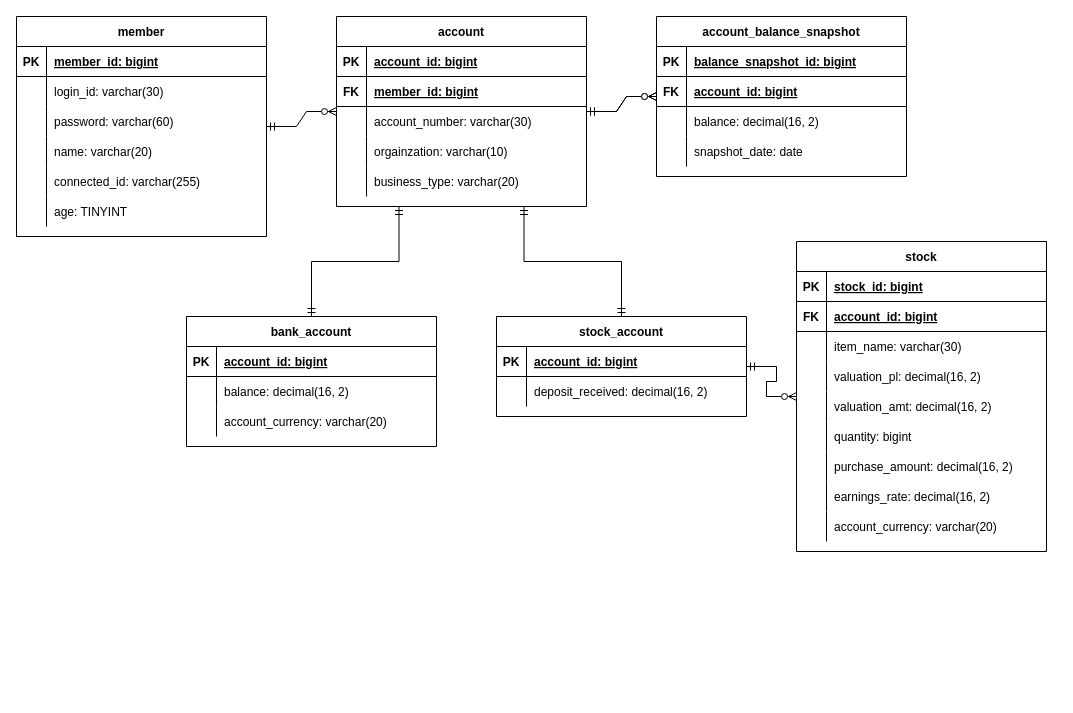
Above: ER다이어그램(자산관리앱).drawio in GunwooJo/AssetManagement (draw.io), before the change. Source tidied: cells renumbered, new cells numbered last; positions are measured from the earlier drawing's top-left corner, leaving out a move shared by most shapes. Both pictures are drawn from the tidied source at 100%, with x=0, y=0 at pixel (16, 16).
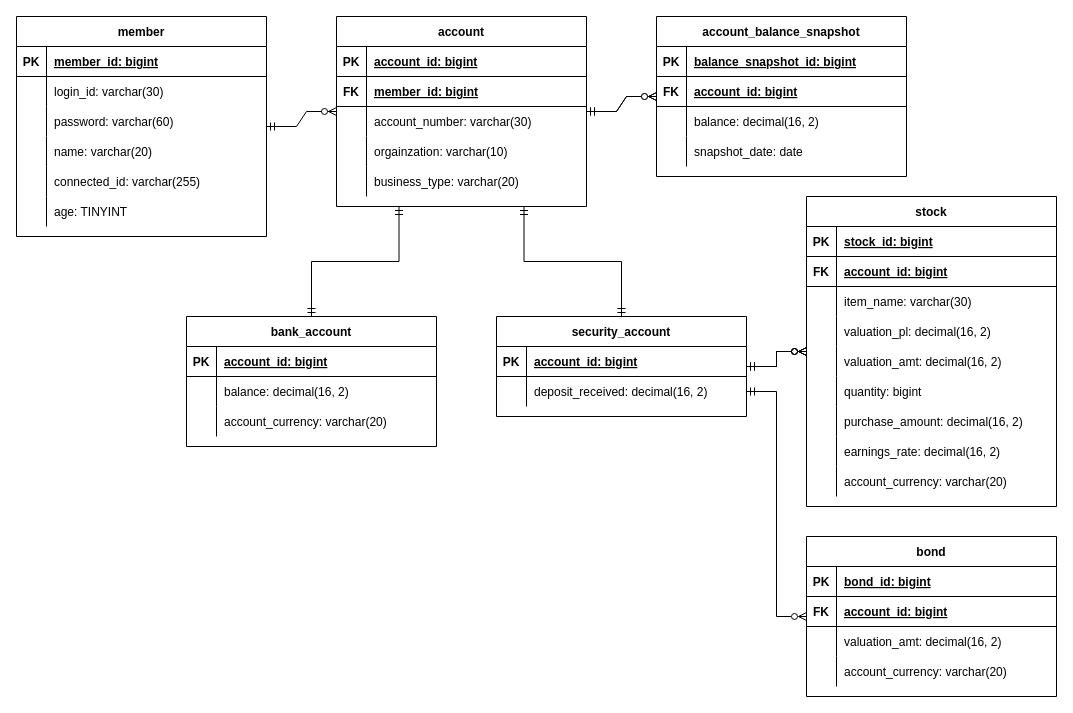
Above is the later version.

Commit message:
주식계좌 이름변경(security_account), 채권 테이블(bond) 생성

Unchanged cells that the change refers to:
```xml
<mxCell id="68" style="shape=partialRectangle;fillColor=none;points=[[0,0.5],[1,0.5]];portConstraint=eastwest;top=0;left=0;right=0;bottom=0;" parent="64" vertex="1">
  <mxGeometry y="60" width="250" height="30" as="geometry" />
</mxCell>
```

What changed in the source:
```diff
@@
-    <mxCell id="64" value="stock_account" style="shape=table;startSize=30;childLayout=tableLayout;rowLines=0;fontStyle=1;align=center;" parent="1" vertex="1">
+    <mxCell id="64" value="security_account" style="shape=table;startSize=30;childLayout=tableLayout;rowLines=0;fontStyle=1;align=center;" parent="1" vertex="1">
       <mxGeometry x="480" y="300" width="250" height="100" as="geometry" />
     </mxCell>
@@
     <mxCell id="72" value="stock" style="shape=table;startSize=30;childLayout=tableLayout;rowLines=0;fontStyle=1;align=center;" parent="1" vertex="1">
-      <mxGeometry x="780" y="225" width="250" height="310" as="geometry" />
+      <mxGeometry x="790" y="180" width="250" height="310" as="geometry" />
     </mxCell>
@@
+    <mxCell id="101" value="bond" style="shape=table;startSize=30;childLayout=tableLayout;rowLines=0;fontStyle=1;align=center;" parent="1" vertex="1">
+      <mxGeometry x="790" y="520" width="250" height="160" as="geometry" />
+    </mxCell>
+    <mxCell id="102" style="shape=partialRectangle;fillColor=none;top=0;left=0;right=0;bottom=1;" parent="101" vertex="1">
+      <mxGeometry y="30" width="250" height="30" as="geometry" />
+    </mxCell>
+    <mxCell id="103" value="PK" style="shape=partialRectangle;overflow=hidden;fillColor=none;top=0;left=0;bottom=0;right=0;fontStyle=1;" parent="102" vertex="1">
+      <mxGeometry width="30" height="30" as="geometry" />
+    </mxCell>
+    <mxCell id="104" value="bond_id: bigint" style="shape=partialRectangle;overflow=hidden;fillColor=none;top=0;left=0;bottom=0;right=0;align=left;spacingLeft=6;fontStyle=5;" parent="102" vertex="1">
+      <mxGeometry x="30" width="220" height="30" as="geometry" />
+    </mxCell>
+    <mxCell id="105" style="shape=partialRectangle;fillColor=none;top=0;left=0;right=0;bottom=1;" parent="101" vertex="1">
+      <mxGeometry y="60" width="250" height="30" as="geometry" />
+    </mxCell>
+    <mxCell id="106" value="FK" style="shape=partialRectangle;overflow=hidden;fillColor=none;top=0;left=0;bottom=0;right=0;fontStyle=1;" parent="105" vertex="1">
+      <mxGeometry width="30" height="30" as="geometry" />
+    </mxCell>
+    <mxCell id="107" value="account_id: bigint" style="shape=partialRectangle;overflow=hidden;fillColor=none;top=0;left=0;bottom=0;right=0;align=left;spacingLeft=6;fontStyle=5;" parent="105" vertex="1">
+      <mxGeometry x="30" width="220" height="30" as="geometry" />
+    </mxCell>
+    <mxCell id="108" style="shape=partialRectangle;fillColor=none;top=0;left=0;right=0;bottom=0;" parent="101" vertex="1">
+      <mxGeometry y="90" width="250" height="30" as="geometry" />
+    </mxCell>
+    <mxCell id="109" style="shape=partialRectangle;overflow=hidden;fillColor=none;top=0;left=0;bottom=0;right=0;" parent="108" vertex="1">
+      <mxGeometry width="30" height="30" as="geometry" />
+    </mxCell>
+    <mxCell id="110" value="valuation_amt: decimal(16, 2)" style="shape=partialRectangle;overflow=hidden;fillColor=none;top=0;left=0;bottom=0;right=0;align=left;spacingLeft=6;" parent="108" vertex="1">
+      <mxGeometry x="30" width="220" height="30" as="geometry" />
+    </mxCell>
+    <mxCell id="111" style="shape=partialRectangle;fillColor=none;top=0;left=0;right=0;bottom=0;" parent="101" vertex="1">
+      <mxGeometry y="120" width="250" height="30" as="geometry" />
+    </mxCell>
+    <mxCell id="112" style="shape=partialRectangle;overflow=hidden;fillColor=none;top=0;left=0;bottom=0;right=0;" parent="111" vertex="1">
+      <mxGeometry width="30" height="30" as="geometry" />
+    </mxCell>
+    <mxCell id="113" value="account_currency: varchar(20)" style="shape=partialRectangle;overflow=hidden;fillColor=none;top=0;left=0;bottom=0;right=0;align=left;spacingLeft=6;" parent="111" vertex="1">
+      <mxGeometry x="30" width="220" height="30" as="geometry" />
+    </mxCell>
+    <mxCell id="114" style="fontSize=12;html=1;endArrow=ERzeroToMany;startArrow=ERmandOne;rounded=0;edgeStyle=entityRelationEdgeStyle;endFill=0;" parent="1" edge="1" source="64" target="72">
+      <mxGeometry relative="1" as="geometry">
+        <Array as="points">
+          <mxPoint x="360" y="460" />
+        </Array>
+      </mxGeometry>
+    </mxCell>
+    <mxCell id="115" style="fontSize=12;html=1;endArrow=ERzeroToMany;startArrow=ERmandOne;rounded=0;edgeStyle=entityRelationEdgeStyle;endFill=0;" parent="1" edge="1" source="64" target="72">
+      <mxGeometry relative="1" as="geometry">
+        <Array as="points">
+          <mxPoint x="350" y="550" />
+          <mxPoint x="360" y="460" />
+        </Array>
+      </mxGeometry>
+    </mxCell>
+    <mxCell id="116" style="fontSize=12;html=1;endArrow=ERzeroToMany;startArrow=ERmandOne;rounded=0;edgeStyle=entityRelationEdgeStyle;endFill=0;exitX=1;exitY=0.5;exitDx=0;exitDy=0;" parent="1" edge="1" source="68" target="101">
+      <mxGeometry relative="1" as="geometry" />
+    </mxCell>
```
